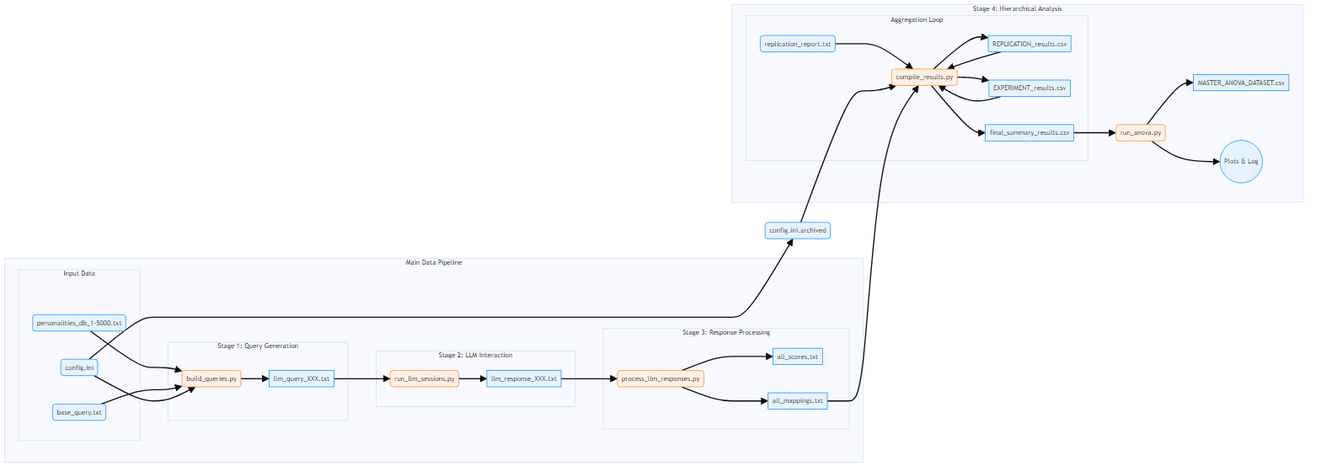
Earlier version of the Mermaid export docs/images/architecture_data_flow.png (peterjmarko/llm-narrative-framework). Its source is kept beside it as docs/diagrams/architecture_data_flow.mmd.
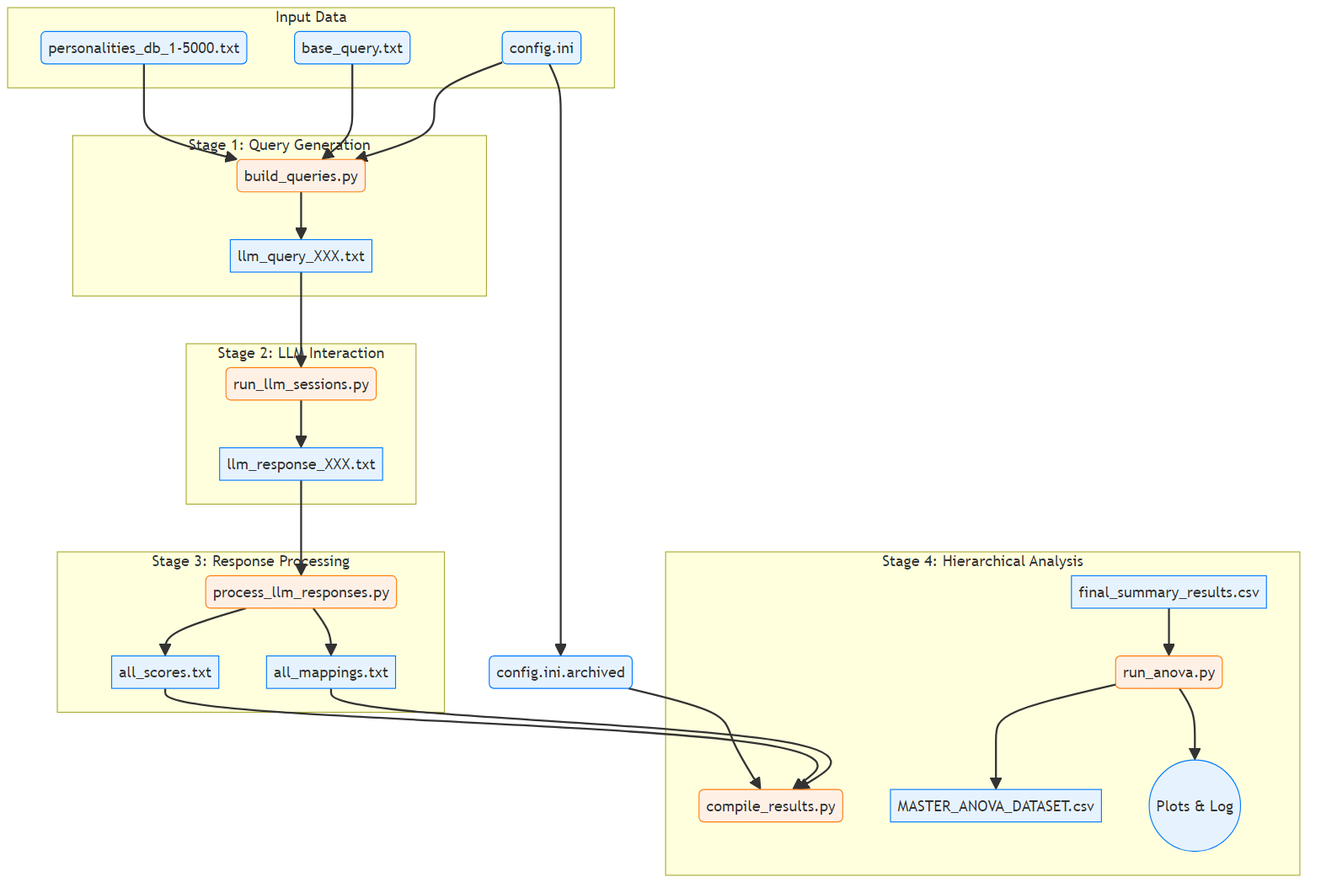
The same file after the commit.

What changed in the source:
```diff
@@ -1,69 +1,46 @@
-graph LR
+graph TD
+    subgraph "Input Data"
+        direction TB
+        A1(personalities_db_1-5000.txt)
+        A2(base_query.txt)
+        A3(config.ini)
+    end
 
-    %%{
-      init: {
-        'theme': 'base',
-        'themeVariables': {
-          'fontSize': '12px',
-          'nodePadding': '5px'
-        }
-      }
-    }%%
+    subgraph "Stage 1: Query Generation"
+        direction TB
+        B(build_queries.py)
+        B --> C[llm_query_XXX.txt]
+    end
 
-    subgraph "Main Data Pipeline"
+    subgraph "Stage 2: LLM Interaction"
         direction TB
+        D(run_llm_sessions.py)
+        D --> E[llm_response_XXX.txt]
+    end
 
-        subgraph "Input Data"
-            A1(personalities_db_1-5000.txt)
-            A2(base_query.txt)
-            A3(config.ini)
-        end
-
-        subgraph "Stage 1: Query Generation"
-            B(build_queries.py)
-            B --> C[llm_query_XXX.txt]
-        end
-
-        subgraph "Stage 2: LLM Interaction"
-            D(run_llm_sessions.py)
-            D --> E[llm_response_XXX.txt]
-        end
-
-        subgraph "Stage 3: Response Processing"
-            F(process_llm_responses.py)
-            F --> G[all_scores.txt]
-            F --> H[all_mappings.txt]
-        end
-
-        A1 & A2 & A3 --> B
-        C --> D
-        E --> F
+    subgraph "Stage 3: Response Processing"
+        direction TB
+        F(process_llm_responses.py)
+        F --> G[all_scores.txt]
+        F --> H[all_mappings.txt]
     end
 
     subgraph "Stage 4: Hierarchical Analysis"
         direction TB
         I(compile_results.py)
         J(run_anova.py)
-
-        subgraph "Aggregation Loop"
-            direction TB
-            M(replication_report.txt) --> I;
-            I --> K_rep[REPLICATION_results.csv];
-            K_rep --> I;
-            I --> K_exp[EXPERIMENT_results.csv];
-            K_exp --> I;
-            I --> K_final[final_summary_results.csv];
-        end
-
-        K_final --> J;
-        J --> L[MASTER_ANOVA_DATASET.csv];
-        J --> N((Plots & Log));
+        K_final[final_summary_results.csv] --> J
+        J --> L[MASTER_ANOVA_DATASET.csv]
+        J --> N((Plots & Log))
     end
 
+    A1 & A2 & A3 --> B
+    C --> D
+    E --> F
     A3 --> O(config.ini.archived):::Data
-    O & H --> I;
+    O & G & H --> I
 
     classDef Data fill:#e6f3ff,stroke:#007bff
     classDef Script fill:#fff0e6,stroke:#ff7f0e
-    class A1,A2,A3,C,E,G,H,K_rep,K_exp,K_final,L,M,N,O Data
+    class A1,A2,A3,C,E,G,H,K_final,L,N,O Data
     class B,D,F,I,J Script
```
